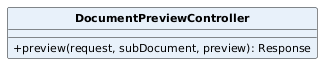
Earlier version of the PlantUML export PB/Specifica Tecnica/ImmaginiSpecificaTecnica/ClassiSingole/DocumentPreviewController.png (aLittleByte-19/Documentazione).
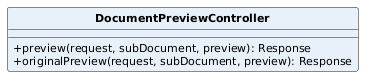
After the change.

Diff of the diagram source:
```diff
@@ -7,5 +7,6 @@
 hide circle
 class DocumentPreviewController #E8F1FA {
   +preview(request, subDocument, preview): Response
+  +originalPreview(request, subDocument, preview): Response
 }
 @enduml
```
